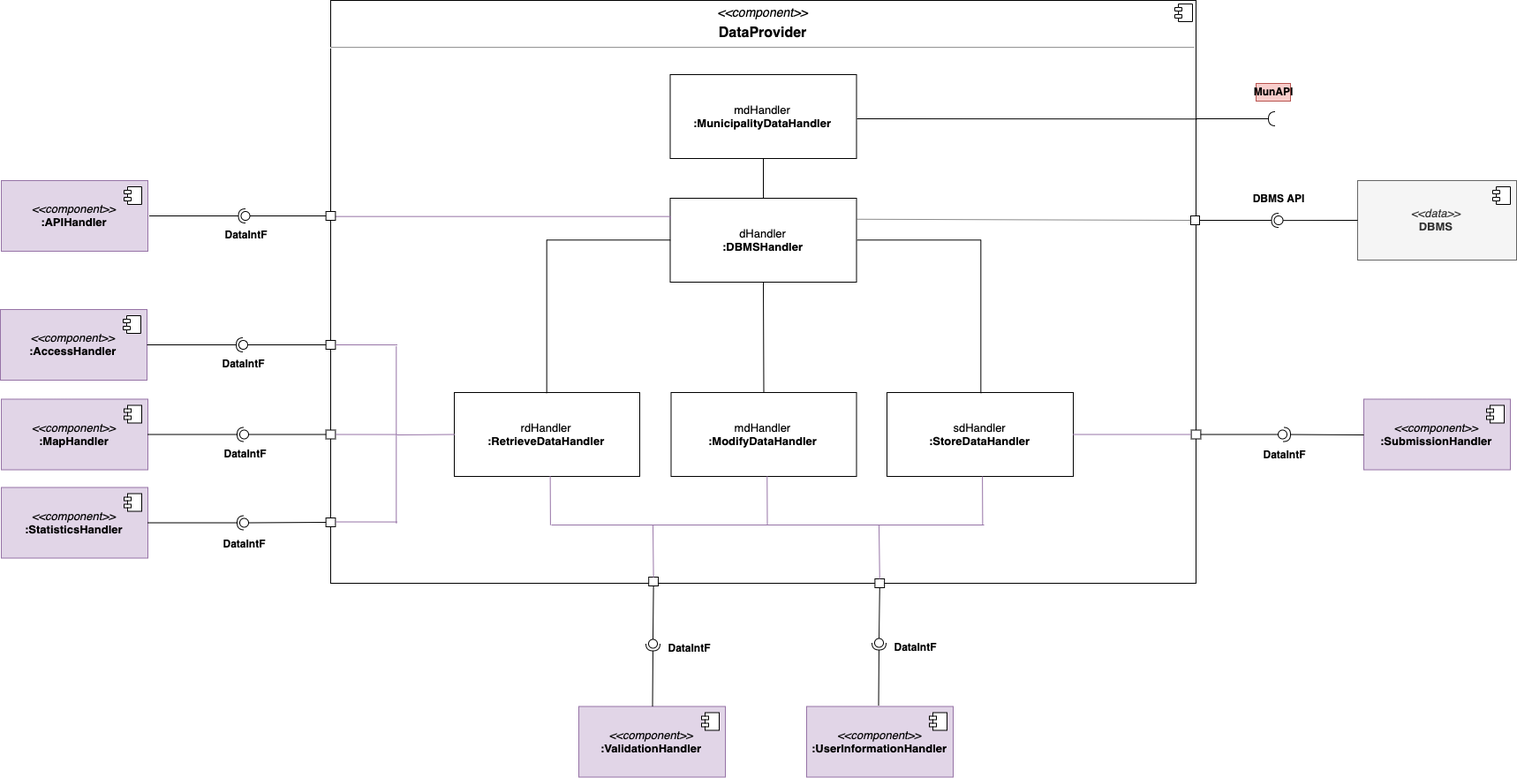
amecava/safestreets keeps this draw.io diagram as Releases/DD/img/diagrams/DataProviderComponent.png. Above is the earlier version. Source tidied: cells renumbered, new cells last; positions are measured from the earlier drawing's top-left corner, leaving out a move shared by most shapes.
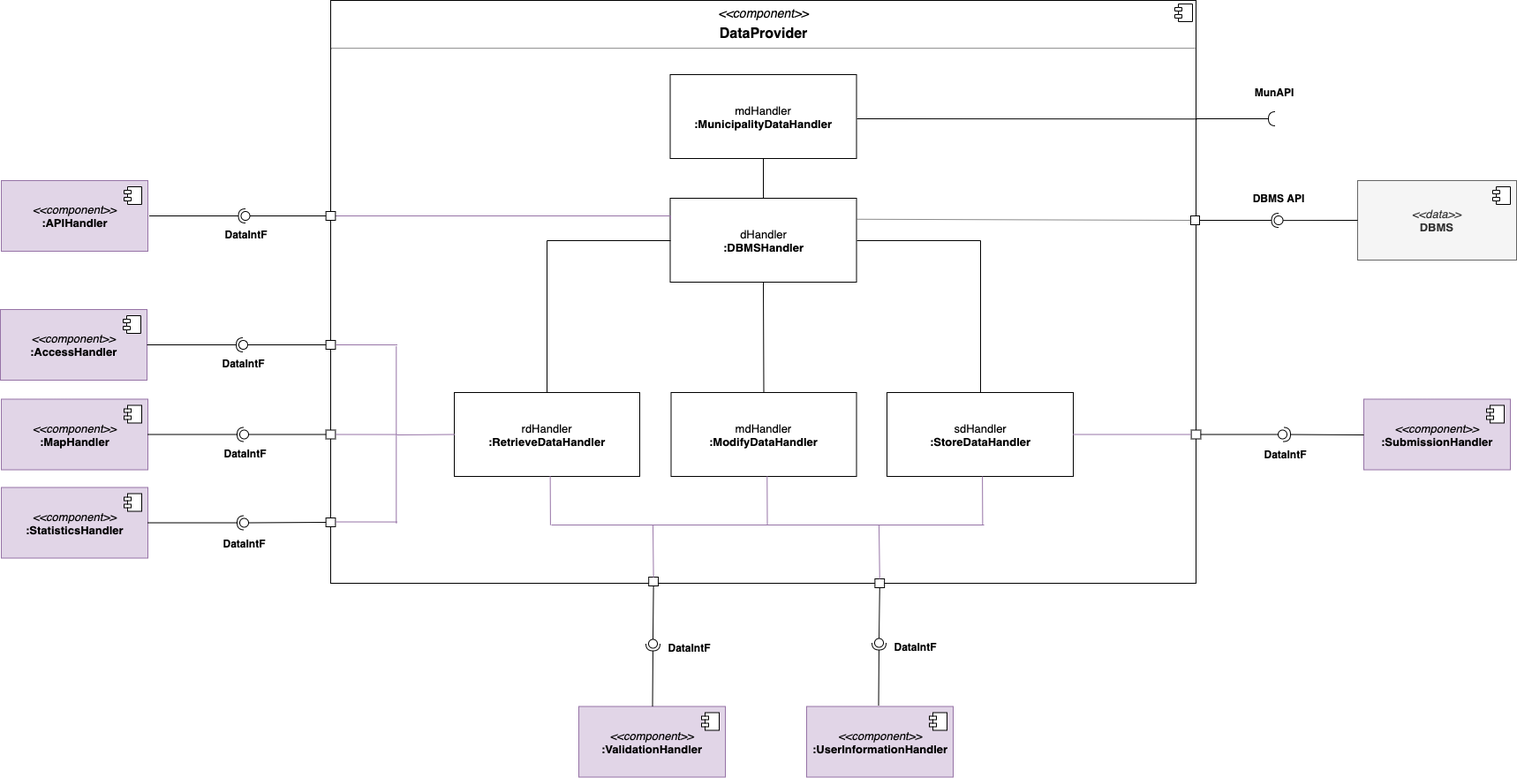
The same diagram one commit later.

What changed in the source:
```diff
@@ -16,7 +16,7 @@
         <mxPoint x="1444" y="134" as="targetPoint" />
       </mxGeometry>
     </mxCell>
-    <mxCell id="5" value="&lt;b&gt;MunAPI&lt;/b&gt;" style="text;html=1;strokeColor=#b85450;fillColor=#f8cecc;align=center;verticalAlign=middle;whiteSpace=wrap;rounded=0;" parent="1" vertex="1">
+    <mxCell id="5" value="&lt;b&gt;MunAPI&lt;/b&gt;" style="text;html=1;align=center;verticalAlign=middle;whiteSpace=wrap;rounded=0;" parent="1" vertex="1">
       <mxGeometry x="1422" y="94" width="39" height="20" as="geometry" />
     </mxCell>
     <mxCell id="6" value="&lt;font style=&quot;font-size: 13px ; text-align: left ; white-space: normal&quot;&gt;&lt;i&gt;&amp;lt;&amp;lt;data&amp;gt;&amp;gt;&lt;/i&gt;&lt;br&gt;&lt;/font&gt;&lt;b style=&quot;font-size: 13px ; text-align: left ; white-space: normal&quot;&gt;DBMS&lt;/b&gt;" style="html=1;fillColor=#f5f5f5;strokeColor=#666666;fontColor=#333333;" parent="1" vertex="1">
```
